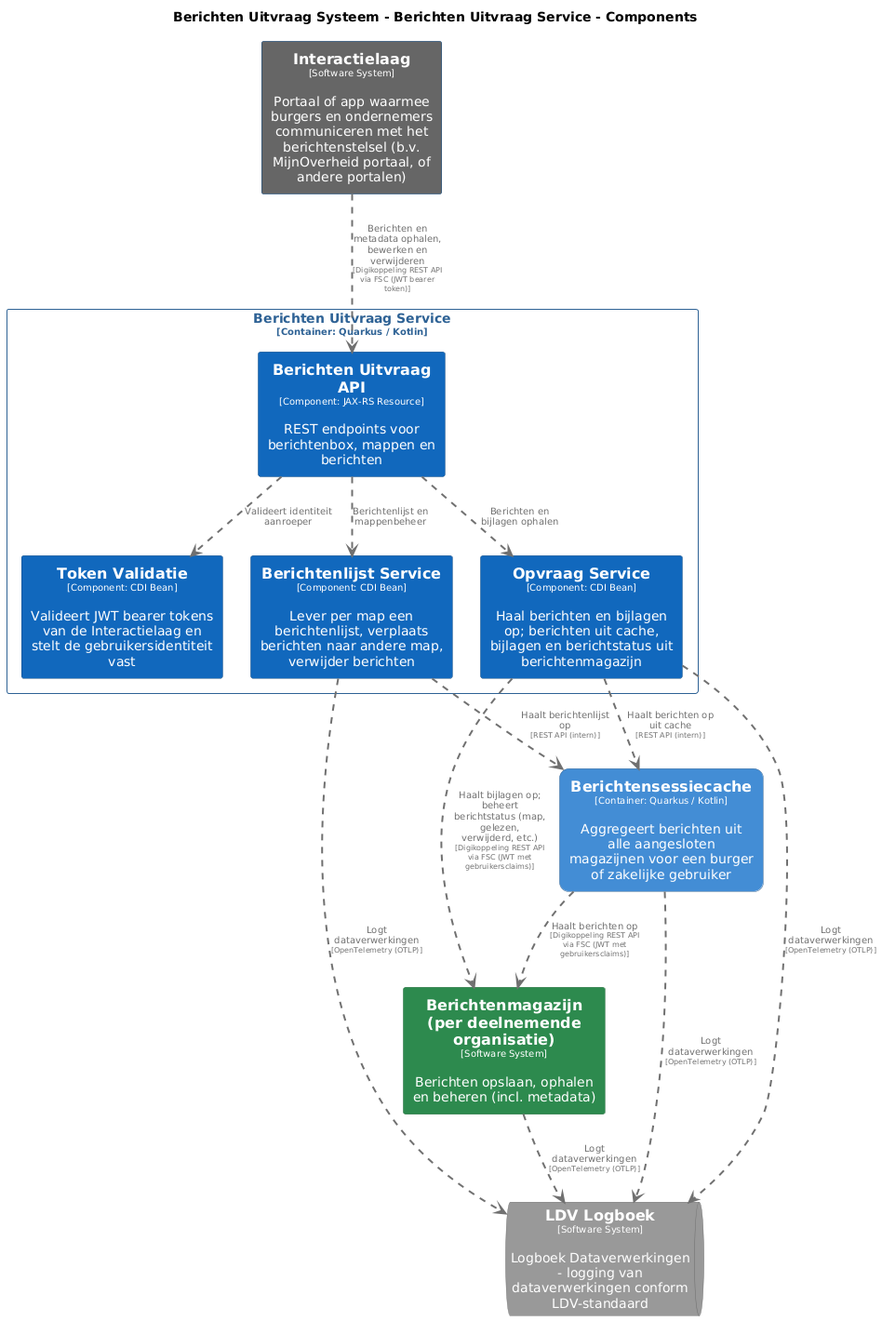
Above: pr-preview/pr-22/master/png/BerichtenUitvraagServiceComponenten.png in MinBZK/moza-poc-fbs-berichtenbox (PlantUML), before the change.
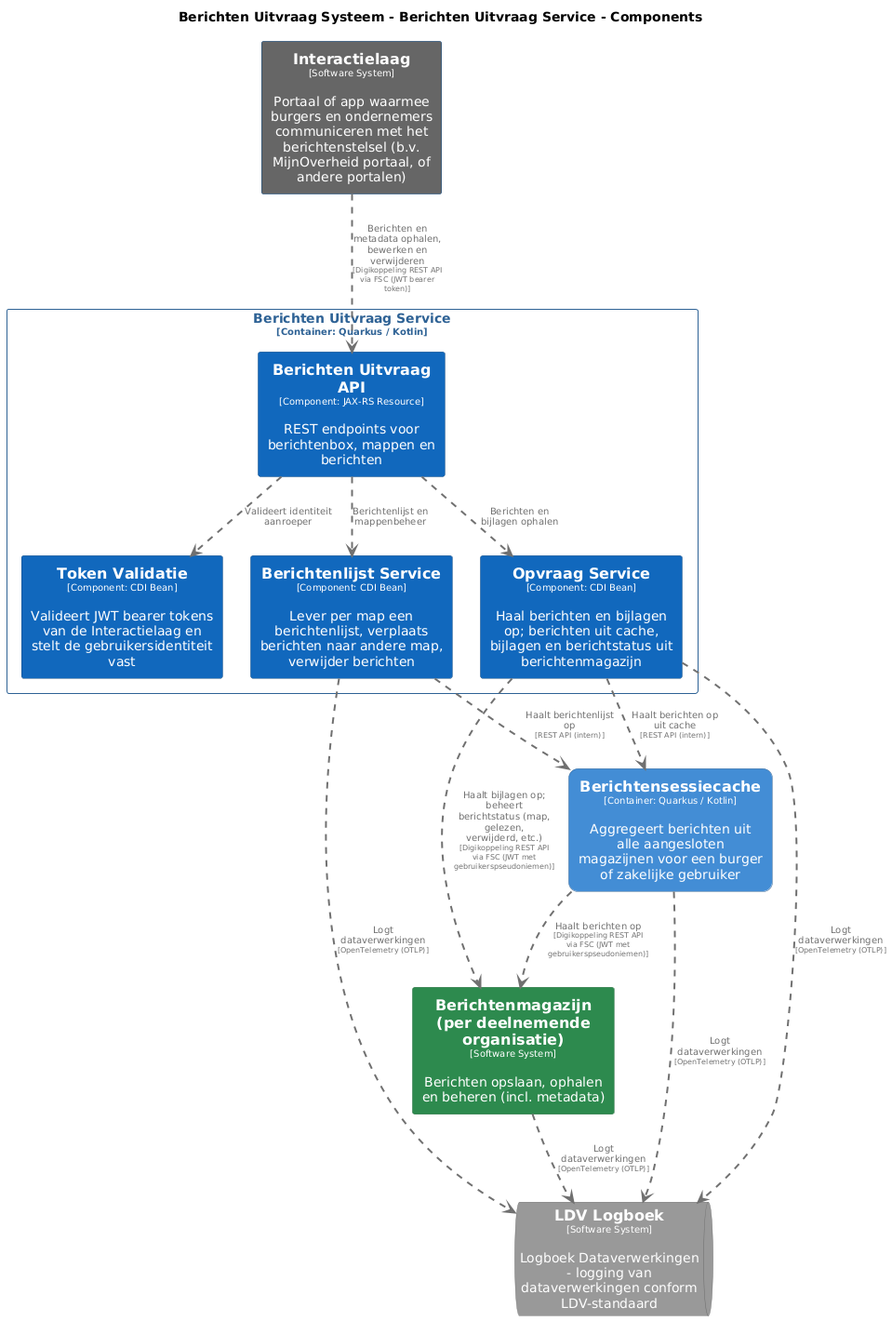
The same file after the commit.

The edit, as a diff of the source:
```diff
@@ -92,6 +92,6 @@
 BerichtenUitvraagSysteem.BerichtenUitvraagService.OpvraagService .[#707070,thickness=2].> BerichtenUitvraagSysteem.Berichtensessiecache : "<color:#707070>Haalt berichten op uit cache\n<color:#707070><size:8>[REST API (intern)]</size>"
 BerichtenUitvraagSysteem.BerichtenUitvraagService.BerichtenlijstService .[#707070,thickness=2].> BerichtenUitvraagSysteem.Berichtensessiecache : "<color:#707070>Haalt berichtenlijst op\n<color:#707070><size:8>[REST API (intern)]</size>"
 Interactielaag .[#707070,thickness=2].> BerichtenUitvraagSysteem.BerichtenUitvraagService.BerichtenUitvraagAPI : "<color:#707070>Berichten en metadata ophalen, bewerken en verwijderen\n<color:#707070><size:8>[Digikoppeling REST API via FSC (JWT bearer token)]</size>"
-BerichtenUitvraagSysteem.BerichtenUitvraagService.OpvraagService .[#707070,thickness=2].> Berichtenmagazijnperdeelnemendeorganisatie : "<color:#707070>Haalt bijlagen op; beheert berichtstatus (map, gelezen, verwijderd, etc.)\n<color:#707070><size:8>[Digikoppeling REST API via FSC (JWT met gebruikersclaims)]</size>"
-BerichtenUitvraagSysteem.Berichtensessiecache .[#707070,thickness=2].> Berichtenmagazijnperdeelnemendeorganisatie : "<color:#707070>Haalt berichten op\n<color:#707070><size:8>[Digikoppeling REST API via FSC (JWT met gebruikersclaims)]</size>"
+BerichtenUitvraagSysteem.BerichtenUitvraagService.OpvraagService .[#707070,thickness=2].> Berichtenmagazijnperdeelnemendeorganisatie : "<color:#707070>Haalt bijlagen op; beheert berichtstatus (map, gelezen, verwijderd, etc.)\n<color:#707070><size:8>[Digikoppeling REST API via FSC (JWT met gebruikerspseudoniemen)]</size>"
+BerichtenUitvraagSysteem.Berichtensessiecache .[#707070,thickness=2].> Berichtenmagazijnperdeelnemendeorganisatie : "<color:#707070>Haalt berichten op\n<color:#707070><size:8>[Digikoppeling REST API via FSC (JWT met gebruikerspseudoniemen)]</size>"
 @enduml
```
